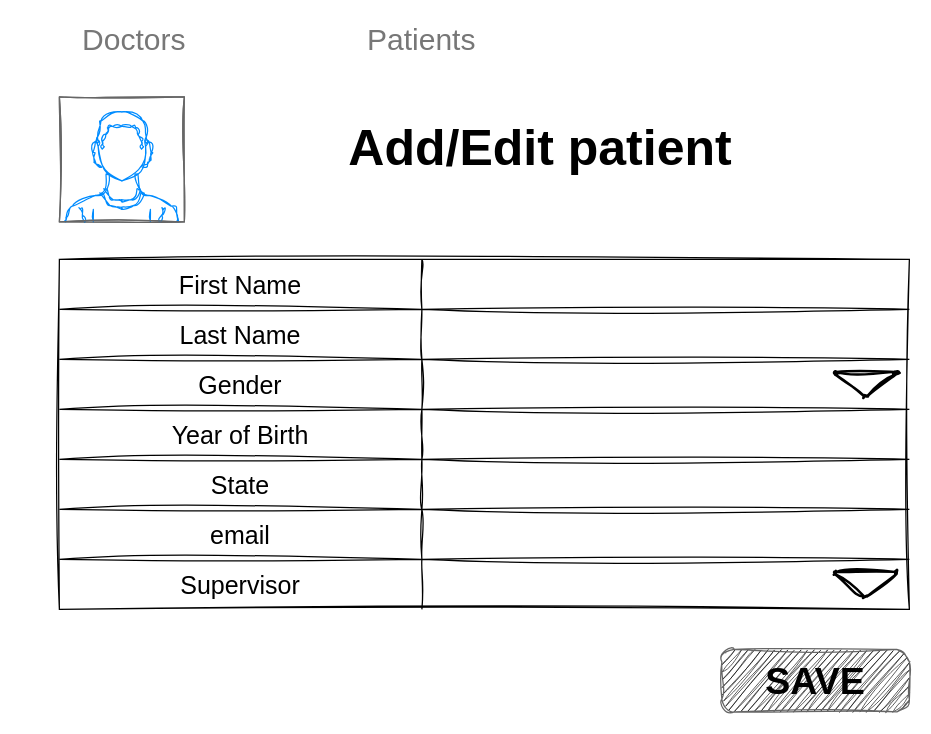
DmytroY/EPAM_Flask keeps this draw.io diagram as page "Add-Edit Patient" (6 of 6) of documentation/micropeutist drawio.drawio. Above is the earlier version. Source tidied: cells renumbered, new cells numbered last; positions are measured from the earlier drawing's top-left corner, leaving out a move shared by most shapes. Both pictures are drawn from the tidied source at 125%, with x=0, y=0 at pixel (21, 21).
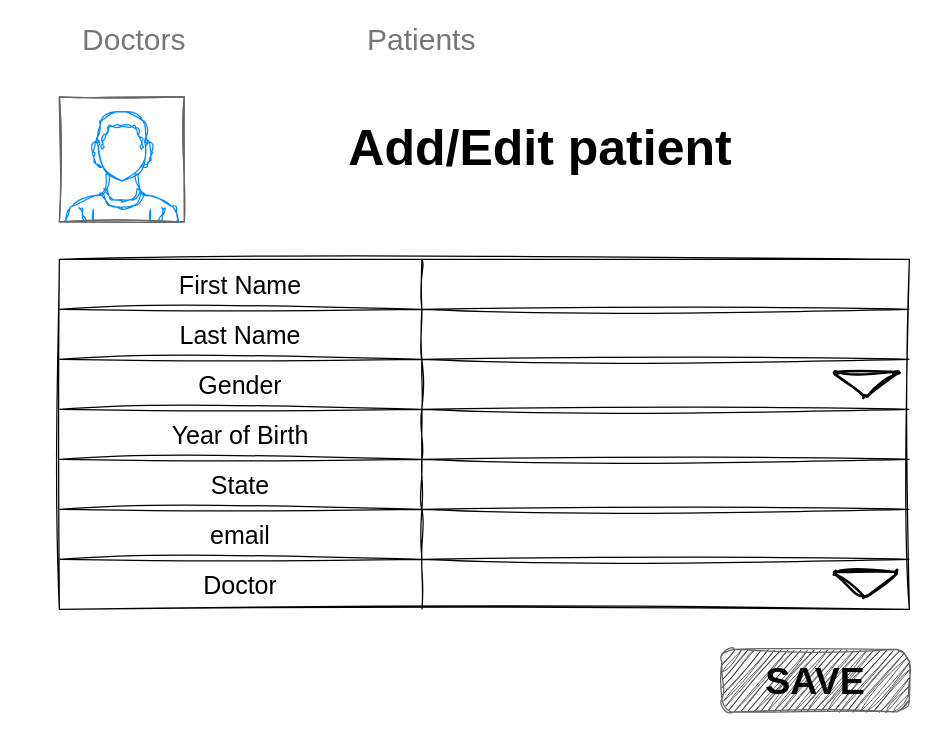
The same page after the edit.

The change refers to these unchanged cells:
```xml
<mxCell id="21" style="shape=tableRow;horizontal=0;startSize=0;swimlaneHead=0;swimlaneBody=0;strokeColor=inherit;top=0;left=0;bottom=0;right=0;fillColor=none;rounded=0;shadow=0;labelBorderColor=none;sketch=1;hachureGap=4;jiggle=2;curveFitting=1;fontFamily=Helvetica;fontSize=20;fontColor=#000000;html=0;" parent="2" vertex="1">
  <mxGeometry y="240" width="680" height="40" as="geometry" />
</mxCell>
```

The edit, as a diff of the source:
```diff
@@
-    <mxCell id="22" value="Supervisor" style="shape=partialRectangle;html=1;whiteSpace=wrap;strokeColor=inherit;overflow=hidden;fillColor=none;top=0;left=0;bottom=0;right=0;rounded=0;shadow=0;labelBorderColor=none;sketch=1;hachureGap=4;jiggle=2;curveFitting=1;fontFamily=Helvetica;fontSize=20;fontColor=#000000;" parent="21" vertex="1">
+    <mxCell id="22" value="Doctor" style="shape=partialRectangle;html=1;whiteSpace=wrap;strokeColor=inherit;overflow=hidden;fillColor=none;top=0;left=0;bottom=0;right=0;rounded=0;shadow=0;labelBorderColor=none;sketch=1;hachureGap=4;jiggle=2;curveFitting=1;fontFamily=Helvetica;fontSize=20;fontColor=#000000;" parent="21" vertex="1">
       <mxGeometry width="290" height="40" as="geometry" />
     </mxCell>
```
